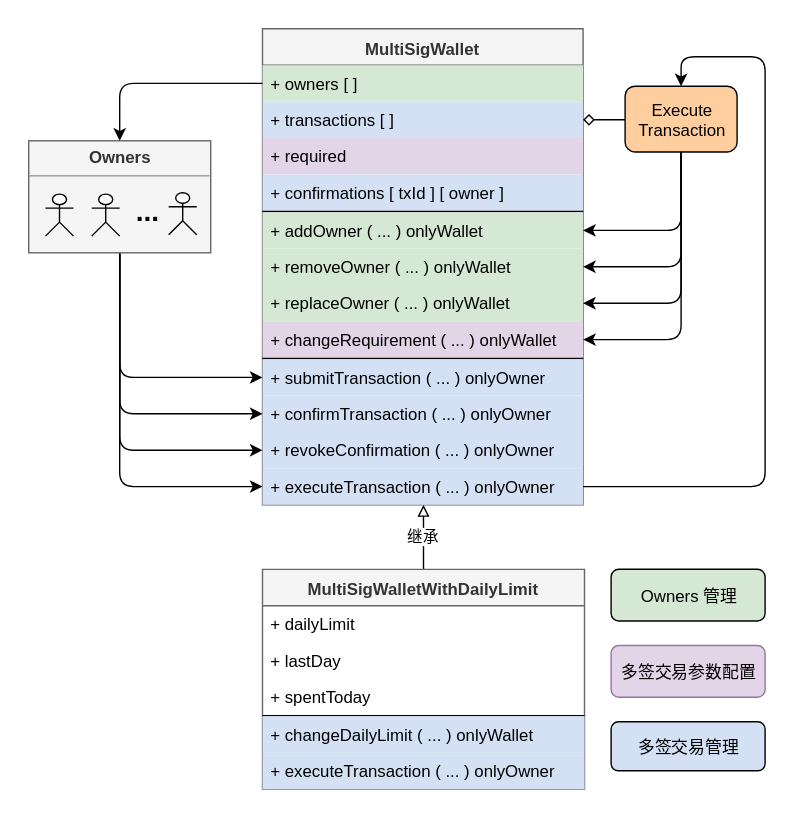
This is res/multi-sig-wallet.svg from SegueII/wbtc-share, a draw.io export, as it was before one commit. Source tidied: cells renumbered, new cells last; positions are measured from the earlier drawing's top-left corner, leaving out a move shared by most shapes.
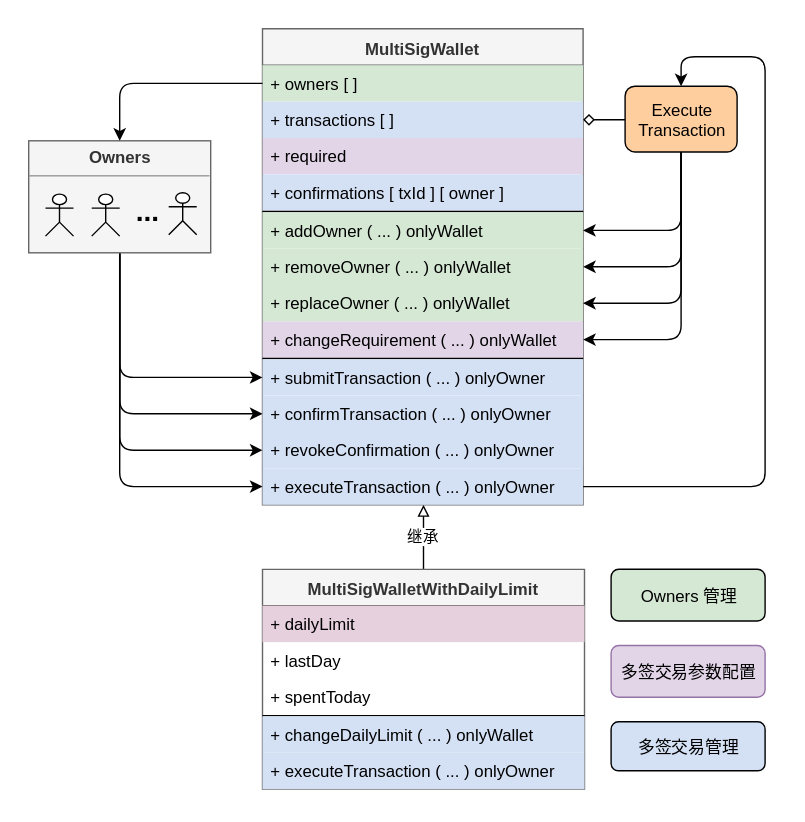
The same diagram one commit later.

What changed in the source:
```diff
@@ -8,7 +8,7 @@
     <mxCell id="3" value="MultiSigWalletWithDailyLimit" style="swimlane;fontStyle=1;align=center;verticalAlign=top;horizontal=1;startSize=26;fillColor=#f5f5f5;strokeColor=#666666;fontColor=#333333;" parent="1" vertex="1">
       <mxGeometry x="167" y="386.1" width="230" height="157" as="geometry" />
     </mxCell>
-    <mxCell id="4" value="+ dailyLimit" style="text;strokeColor=none;fillColor=none;align=left;verticalAlign=top;spacingLeft=4;spacingRight=4;overflow=hidden;" parent="3" vertex="1">
+    <mxCell id="4" value="+ dailyLimit" style="text;strokeColor=none;fillColor=#E6D0DE;align=left;verticalAlign=top;spacingLeft=4;spacingRight=4;overflow=hidden;" parent="3" vertex="1">
       <mxGeometry y="26" width="230" height="26" as="geometry" />
     </mxCell>
     <mxCell id="5" value="+ lastDay" style="text;strokeColor=none;fillColor=none;align=left;verticalAlign=top;spacingLeft=4;spacingRight=4;overflow=hidden;" parent="3" vertex="1">
```
